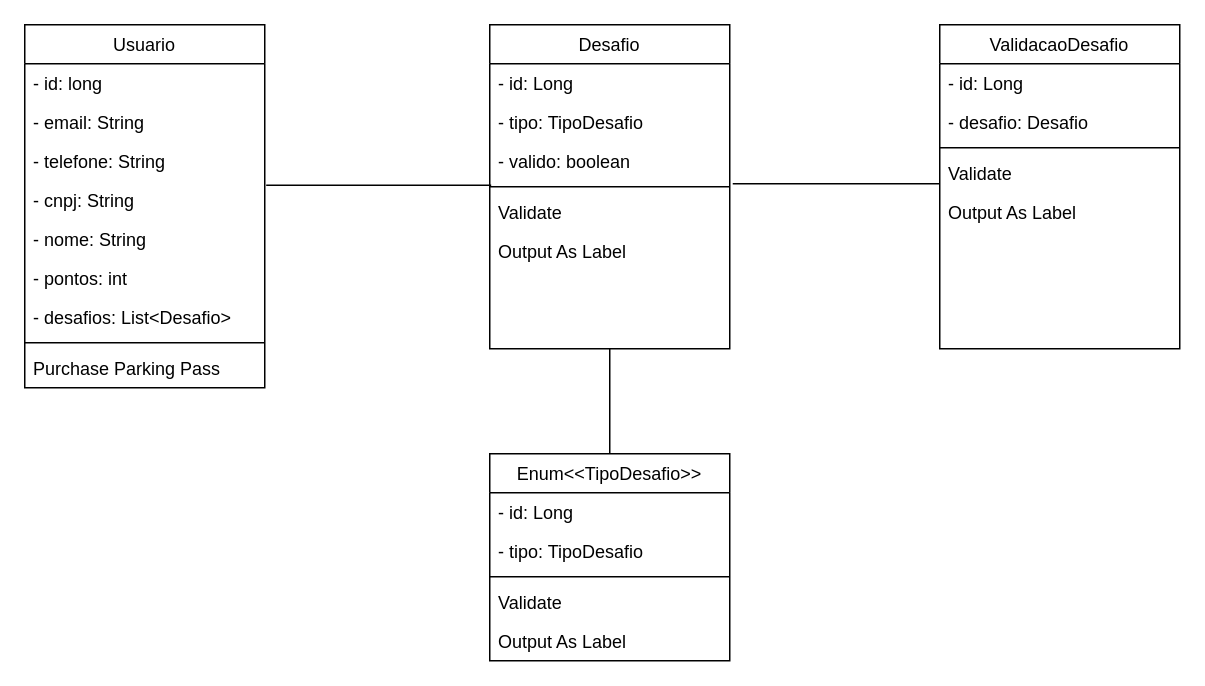
Santlago/BlueHope keeps this draw.io diagram as informacoes/diagrama-de-classes/Untitled Diagram.drawio. Above is the earlier version. Source tidied: cells renumbered, new cells numbered last; positions are measured from the earlier drawing's top-left corner, leaving out a move shared by most shapes. Both pictures are drawn from the tidied source at 150%, with x=0, y=0 at pixel (24, 24).
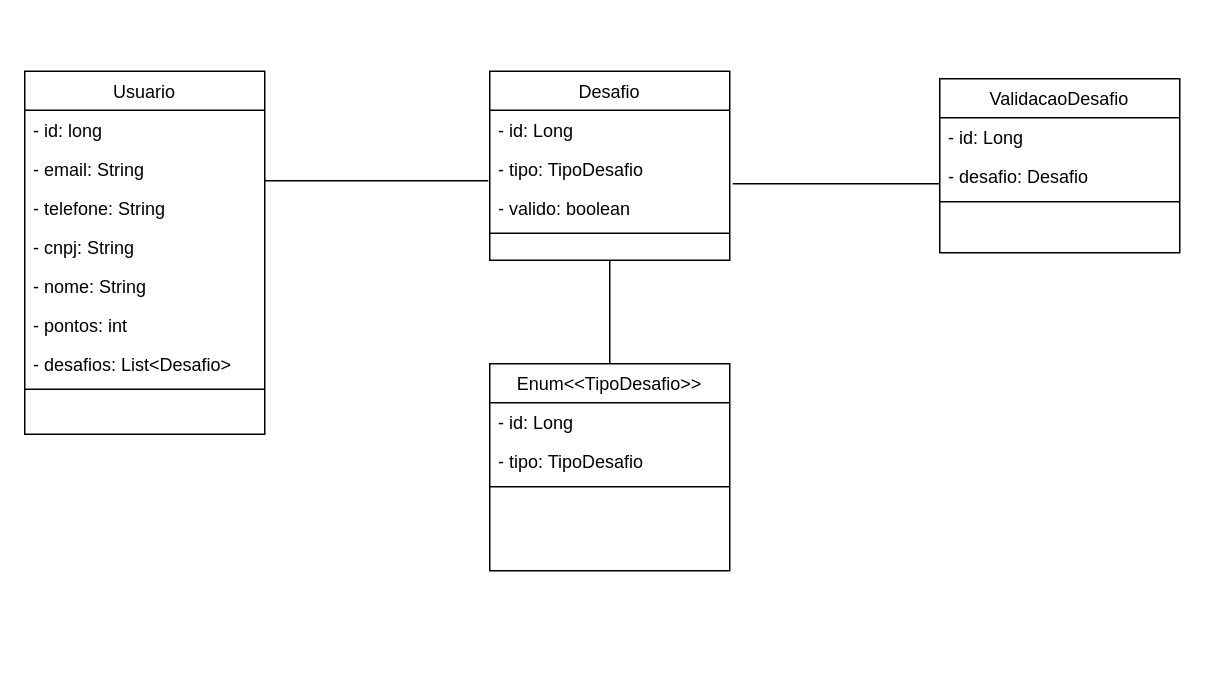
The same diagram, later.

Unchanged cells that the change refers to:
```xml
<mxCell id="6" value="- cnpj: String" style="text;align=left;verticalAlign=top;spacingLeft=4;spacingRight=4;overflow=hidden;points=[[0,0.5],[1,0.5]];portConstraint=eastwest;rounded=0;shadow=0;html=0;" parent="2" vertex="1">
  <mxGeometry y="104" width="160" height="26" as="geometry" />
</mxCell>
<mxCell id="15" value="- valido: boolean" style="text;align=left;verticalAlign=top;spacingLeft=4;spacingRight=4;overflow=hidden;points=[[0,0.5],[1,0.5]];portConstraint=eastwest;rounded=0;shadow=0;html=0;" parent="12" vertex="1">
  <mxGeometry y="78" width="160" height="26" as="geometry" />
</mxCell>
```

What changed in the source:
```diff
@@
     <mxCell id="2" value="Usuario" style="swimlane;fontStyle=0;align=center;verticalAlign=top;horizontal=1;startSize=26;rounded=0;shadow=0;strokeWidth=1;" parent="1" vertex="1">
-      <mxGeometry width="160" height="242" as="geometry" />
+      <mxGeometry y="31" width="160" height="242" as="geometry" />
     </mxCell>
@@
-    <mxCell id="11" value="Purchase Parking Pass" style="text;align=left;verticalAlign=top;spacingLeft=4;spacingRight=4;overflow=hidden;" parent="2" vertex="1">
-      <mxGeometry y="216" width="160" height="26" as="geometry" />
-    </mxCell>
     <mxCell id="12" value="Desafio" style="swimlane;fontStyle=0;align=center;verticalAlign=top;horizontal=1;startSize=26;rounded=0;shadow=0;strokeWidth=1;" parent="1" vertex="1">
-      <mxGeometry x="310" width="160" height="216" as="geometry" />
+      <mxGeometry x="310" y="31" width="160" height="126" as="geometry" />
     </mxCell>
@@
-    <mxCell id="17" value="Validate" style="text;align=left;verticalAlign=top;spacingLeft=4;spacingRight=4;overflow=hidden;" parent="12" vertex="1">
-      <mxGeometry y="112" width="160" height="26" as="geometry" />
-    </mxCell>
-    <mxCell id="18" value="Output As Label" style="text;align=left;verticalAlign=top;spacingLeft=4;spacingRight=4;overflow=hidden;" parent="12" vertex="1">
-      <mxGeometry y="138" width="160" height="26" as="geometry" />
-    </mxCell>
     <mxCell id="19" value="Enum&lt;&lt;TipoDesafio&gt;&gt;" style="swimlane;fontStyle=0;align=center;verticalAlign=top;horizontal=1;startSize=26;rounded=0;shadow=0;strokeWidth=1;" parent="1" vertex="1">
-      <mxGeometry x="310" y="286" width="160" height="138" as="geometry" />
+      <mxGeometry x="310" y="226" width="160" height="138" as="geometry" />
     </mxCell>
@@
-    <mxCell id="23" value="Validate" style="text;align=left;verticalAlign=top;spacingLeft=4;spacingRight=4;overflow=hidden;" parent="19" vertex="1">
-      <mxGeometry y="86" width="160" height="26" as="geometry" />
-    </mxCell>
-    <mxCell id="24" value="Output As Label" style="text;align=left;verticalAlign=top;spacingLeft=4;spacingRight=4;overflow=hidden;" parent="19" vertex="1">
-      <mxGeometry y="112" width="160" height="26" as="geometry" />
-    </mxCell>
     <mxCell id="25" value="ValidacaoDesafio" style="swimlane;fontStyle=0;align=center;verticalAlign=top;horizontal=1;startSize=26;rounded=0;shadow=0;strokeWidth=1;" parent="1" vertex="1">
-      <mxGeometry x="610" width="160" height="216" as="geometry" />
+      <mxGeometry x="610" y="36" width="160" height="116" as="geometry" />
     </mxCell>
@@
-    <mxCell id="29" value="Validate" style="text;align=left;verticalAlign=top;spacingLeft=4;spacingRight=4;overflow=hidden;" parent="25" vertex="1">
-      <mxGeometry y="86" width="160" height="26" as="geometry" />
-    </mxCell>
-    <mxCell id="30" value="Output As Label" style="text;align=left;verticalAlign=top;spacingLeft=4;spacingRight=4;overflow=hidden;" parent="25" vertex="1">
-      <mxGeometry y="112" width="160" height="26" as="geometry" />
-    </mxCell>
-    <mxCell id="31" style="endArrow=none;html=1;rounded=0;entryX=1.006;entryY=0.115;entryDx=0;entryDy=0;entryPerimeter=0;exitX=0.006;exitY=1.115;exitDx=0;exitDy=0;exitPerimeter=0;" parent="1" edge="1" source="15" target="6">
-      <mxGeometry relative="1" as="geometry" />
+    <mxCell id="31" style="endArrow=none;html=1;rounded=0;exitX=-0.006;exitY=-0.192;exitDx=0;exitDy=0;exitPerimeter=0;" parent="1" edge="1" source="15">
+      <mxGeometry relative="1" as="geometry">
+        <mxPoint x="160" y="104" as="targetPoint" />
+      </mxGeometry>
     </mxCell>
```
